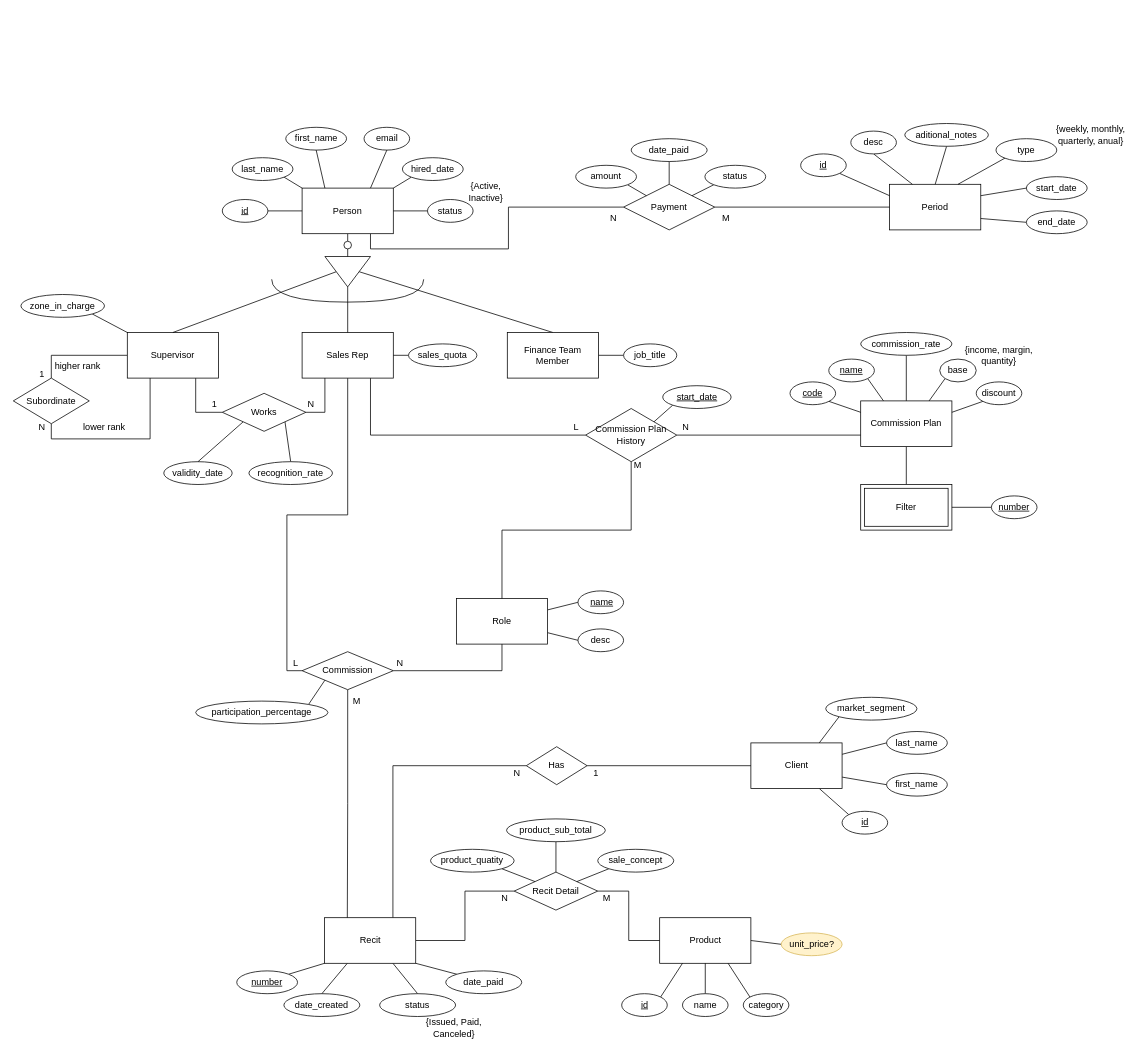
The draw.io diagram doc/ModeloRelacional.drawio in SoMarcanoDev/ABD_Proyecto2, before the edit. Source tidied: cells renumbered, new cells numbered last; positions are measured from the earlier drawing's top-left corner, leaving out a move shared by most shapes. Both pictures are drawn from the tidied source at 76%, with x=0, y=0 at pixel (13, 123).
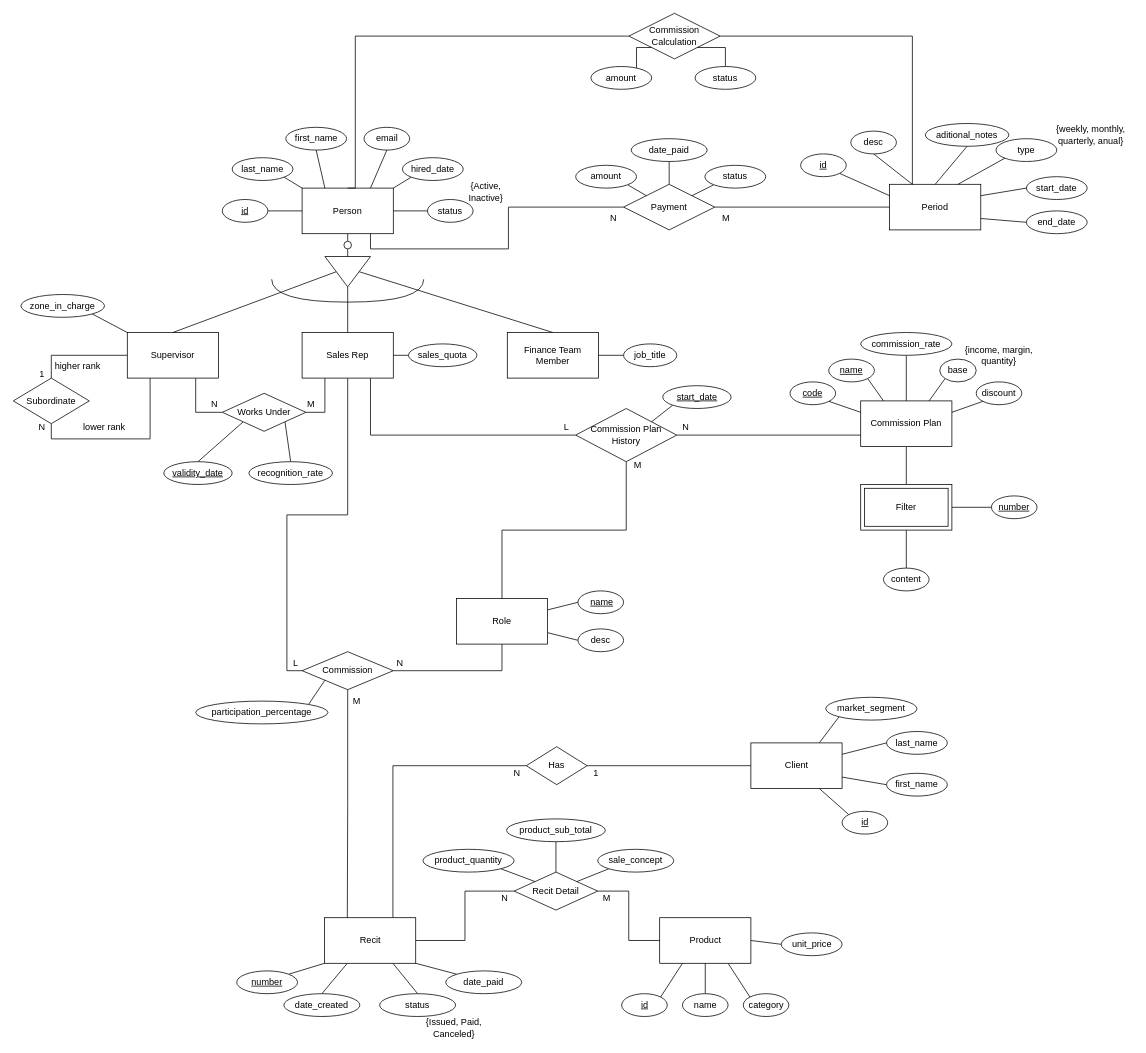
The same page after the edit.

Commit message (it also covers changes not shown here):
Updated diagram and generated .svg

The change refers to these unchanged cells:
```xml
<mxCell id="4" value="&lt;div&gt;Person&lt;/div&gt;" style="rounded=0;whiteSpace=wrap;html=1;" parent="1" vertex="1">
  <mxGeometry x="380" y="85" width="120" height="60" as="geometry" />
</mxCell>
<mxCell id="99" value="Period" style="rounded=0;whiteSpace=wrap;html=1;" parent="1" vertex="1">
  <mxGeometry x="1153" y="80" width="120" height="60" as="geometry" />
</mxCell>
<mxCell id="137" style="rounded=0;whiteSpace=wrap;html=1;" parent="136" vertex="1">
  <mxGeometry width="120" height="60" as="geometry" />
</mxCell>
```

What changed in the source:
```diff
@@
-    <mxCell id="26" value="zone_in_charge" style="ellipse;whiteSpace=wrap;html=1;shapeInside=1;" parent="1" vertex="1">
+    <mxCell id="26" value="&lt;div&gt;zone_in_charge&lt;/div&gt;" style="ellipse;whiteSpace=wrap;html=1;shapeInside=1;" parent="1" vertex="1">
       <mxGeometry x="10" y="225" width="110" height="30" as="geometry" />
     </mxCell>
@@
-    <mxCell id="34" value="Works" style="rhombus;whiteSpace=wrap;html=1;shapeInside=1;" parent="1" vertex="1">
+    <mxCell id="34" value="Works Under" style="rhombus;whiteSpace=wrap;html=1;shapeInside=1;" parent="1" vertex="1">
       <mxGeometry x="275" y="355" width="110" height="50" as="geometry" />
     </mxCell>
-    <mxCell id="35" value="1" style="text;html=1;whiteSpace=wrap;strokeColor=none;fillColor=none;align=center;verticalAlign=middle;rounded=0;" parent="1" vertex="1">
+    <mxCell id="35" value="N" style="text;html=1;whiteSpace=wrap;strokeColor=none;fillColor=none;align=center;verticalAlign=middle;rounded=0;" parent="1" vertex="1">
       <mxGeometry x="253" y="355" width="24" height="30" as="geometry" />
     </mxCell>
-    <mxCell id="36" value="N" style="text;html=1;whiteSpace=wrap;strokeColor=none;fillColor=none;align=center;verticalAlign=middle;rounded=0;" parent="1" vertex="1">
+    <mxCell id="36" value="M" style="text;html=1;whiteSpace=wrap;strokeColor=none;fillColor=none;align=center;verticalAlign=middle;rounded=0;" parent="1" vertex="1">
       <mxGeometry x="380" y="355" width="24" height="30" as="geometry" />
     </mxCell>
@@
-    <mxCell id="47" value="validity_date" style="ellipse;whiteSpace=wrap;html=1;shapeInside=1;" parent="1" vertex="1">
+    <mxCell id="47" value="&lt;u&gt;validity_date&lt;/u&gt;" style="ellipse;whiteSpace=wrap;html=1;shapeInside=1;" parent="1" vertex="1">
       <mxGeometry x="198" y="445" width="90" height="30" as="geometry" />
     </mxCell>
-    <mxCell id="48" value="recognition_rate" style="ellipse;whiteSpace=wrap;html=1;shapeInside=1;" parent="1" vertex="1">
+    <mxCell id="48" value="&lt;div&gt;&lt;div&gt;&lt;font&gt;recognition_rate&lt;/font&gt;&lt;/div&gt;&lt;/div&gt;" style="ellipse;whiteSpace=wrap;html=1;shapeInside=1;" parent="1" vertex="1">
       <mxGeometry x="310" y="445" width="110" height="30" as="geometry" />
     </mxCell>
@@
-    <mxCell id="81" value="unit_price?" style="ellipse;whiteSpace=wrap;html=1;shapeInside=1;fillColor=#fff2cc;strokeColor=#d6b656;" parent="1" vertex="1">
+    <mxCell id="81" value="unit_price" style="ellipse;whiteSpace=wrap;html=1;shapeInside=1;" parent="1" vertex="1">
       <mxGeometry x="1010.5" y="1065" width="80" height="30" as="geometry" />
     </mxCell>
@@
-    <mxCell id="83" value="product_quatity" style="ellipse;whiteSpace=wrap;html=1;shapeInside=1;" parent="1" vertex="1">
-      <mxGeometry x="549" y="955" width="110" height="30" as="geometry" />
+    <mxCell id="83" value="product_quantity" style="ellipse;whiteSpace=wrap;html=1;shapeInside=1;" parent="1" vertex="1">
+      <mxGeometry x="539" y="955" width="120" height="30" as="geometry" />
     </mxCell>
@@
     <mxCell id="105" value="aditional_notes" style="ellipse;whiteSpace=wrap;html=1;shapeInside=1;" parent="1" vertex="1">
-      <mxGeometry x="1173" width="110" height="30" as="geometry" />
+      <mxGeometry x="1200" width="110" height="30" as="geometry" />
     </mxCell>
@@
     <mxCell id="154" value="Commission Plan History" style="rhombus;whiteSpace=wrap;html=1;shapeInside=1;" parent="1" vertex="1">
-      <mxGeometry x="753" y="375" width="120" height="70" as="geometry" />
+      <mxGeometry x="740" y="375" width="133" height="70" as="geometry" />
     </mxCell>
@@
     <mxCell id="157" value="L" style="text;html=1;whiteSpace=wrap;strokeColor=none;fillColor=none;align=center;verticalAlign=middle;rounded=0;" parent="1" vertex="1">
-      <mxGeometry x="729" y="385" width="24" height="30" as="geometry" />
+      <mxGeometry x="716" y="385" width="24" height="30" as="geometry" />
     </mxCell>
@@
+    <mxCell id="160" style="rounded=0;jettySize=auto;html=1;exitX=0.5;exitY=0;exitDx=0;exitDy=0;entryX=0.5;entryY=1;entryDx=0;entryDy=0;endArrow=none;endFill=0;" parent="1" edge="1" source="161" target="137">
+      <mxGeometry relative="1" as="geometry" />
+    </mxCell>
+    <mxCell id="161" value="content" style="ellipse;whiteSpace=wrap;html=1;shapeInside=1;" parent="1" vertex="1">
+      <mxGeometry x="1145" y="585" width="60" height="30" as="geometry" />
+    </mxCell>
+    <mxCell id="162" style="edgeStyle=orthogonalEdgeStyle;rounded=0;jettySize=auto;html=1;exitX=1;exitY=0.5;exitDx=0;exitDy=0;entryX=0.25;entryY=0;entryDx=0;entryDy=0;endArrow=none;endFill=0;" parent="1" edge="1" source="163" target="99">
+      <mxGeometry relative="1" as="geometry" />
+    </mxCell>
+    <mxCell id="163" value="Commission Calculation" style="rhombus;whiteSpace=wrap;html=1;shapeInside=1;" parent="1" vertex="1">
+      <mxGeometry x="810" y="-145" width="120" height="60" as="geometry" />
+    </mxCell>
+    <mxCell id="164" style="edgeStyle=orthogonalEdgeStyle;rounded=0;jettySize=auto;html=1;exitX=0.5;exitY=0;exitDx=0;exitDy=0;endArrow=none;endFill=0;entryX=0;entryY=0.5;entryDx=0;entryDy=0;" parent="1" edge="1" source="4" target="163">
+      <mxGeometry relative="1" as="geometry">
+        <Array as="points">
+          <mxPoint x="450" y="85" />
+          <mxPoint x="450" y="-115" />
+        </Array>
+      </mxGeometry>
+    </mxCell>
+    <mxCell id="165" style="edgeStyle=orthogonalEdgeStyle;rounded=0;jettySize=auto;html=1;exitX=1;exitY=0;exitDx=0;exitDy=0;entryX=0;entryY=1;entryDx=0;entryDy=0;endArrow=none;endFill=0;" parent="1" edge="1" source="166" target="163">
+      <mxGeometry relative="1" as="geometry">
+        <Array as="points">
+          <mxPoint x="820" y="-70.6" />
+          <mxPoint x="820" y="-100" />
+        </Array>
+      </mxGeometry>
+    </mxCell>
+    <mxCell id="166" value="amount" style="ellipse;whiteSpace=wrap;html=1;shapeInside=1;" parent="1" vertex="1">
+      <mxGeometry x="760" y="-75" width="80" height="30" as="geometry" />
+    </mxCell>
+    <mxCell id="167" style="edgeStyle=orthogonalEdgeStyle;rounded=0;jettySize=auto;html=1;exitX=0.5;exitY=0;exitDx=0;exitDy=0;entryX=1;entryY=1;entryDx=0;entryDy=0;endArrow=none;endFill=0;" parent="1" edge="1" source="168" target="163">
+      <mxGeometry relative="1" as="geometry">
+        <Array as="points">
+          <mxPoint x="937" y="-100" />
+        </Array>
+      </mxGeometry>
+    </mxCell>
+    <mxCell id="168" value="status" style="ellipse;whiteSpace=wrap;html=1;shapeInside=1;" parent="1" vertex="1">
+      <mxGeometry x="897" y="-75" width="80" height="30" as="geometry" />
+    </mxCell>
```
